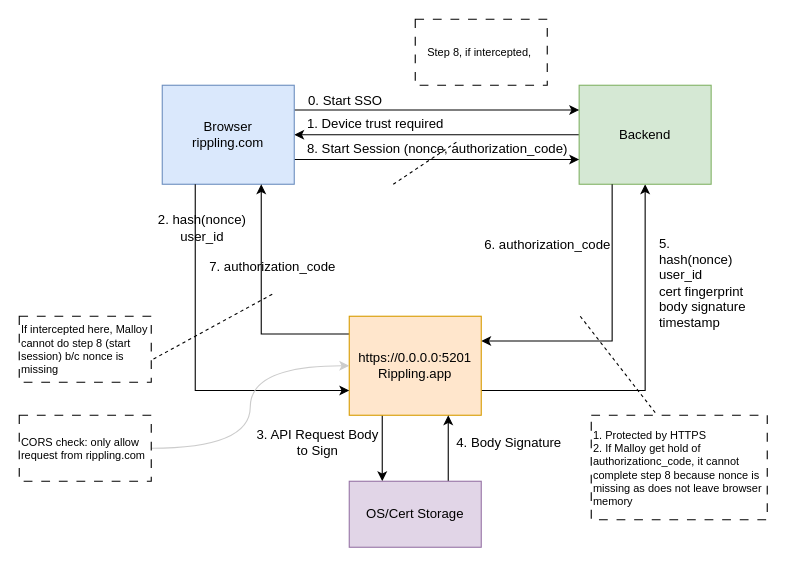
Before: Untitled Diagram June 24, 2024.drawio in hyzhangsf/back_up_scripts, a draw.io diagram. Source tidied: cells renumbered, new cells numbered last; positions are measured from the earlier drawing's top-left corner, leaving out a move shared by most shapes. Both pictures are drawn from the tidied source at 110%, with x=0, y=0 at pixel (19, 19).
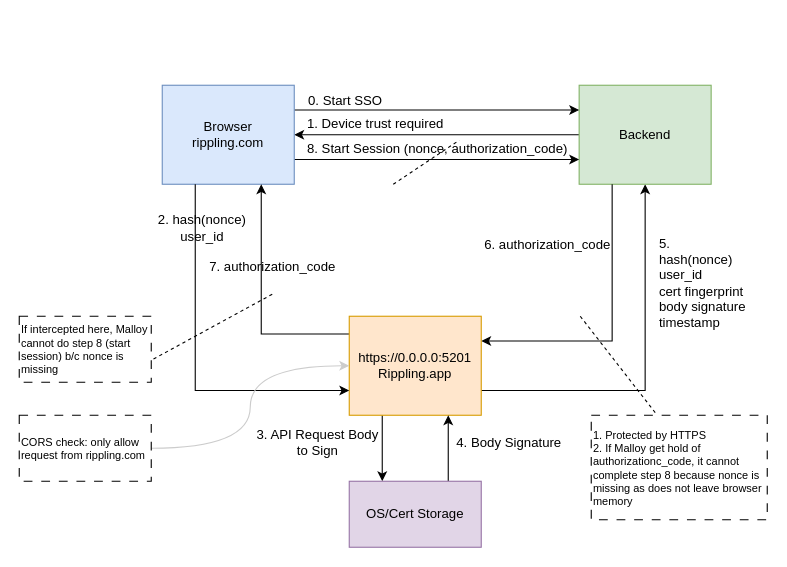
The same diagram, later.

The edit, as a diff of the source:
```diff
@@
-    <mxCell id="31" value="Step 8, if intercepted,&amp;nbsp;" style="rounded=0;whiteSpace=wrap;html=1;dashed=1;dashPattern=8 8;fontSize=10;" parent="1" vertex="1">
-      <mxGeometry x="360" width="120" height="60" as="geometry" />
-    </mxCell>
```
